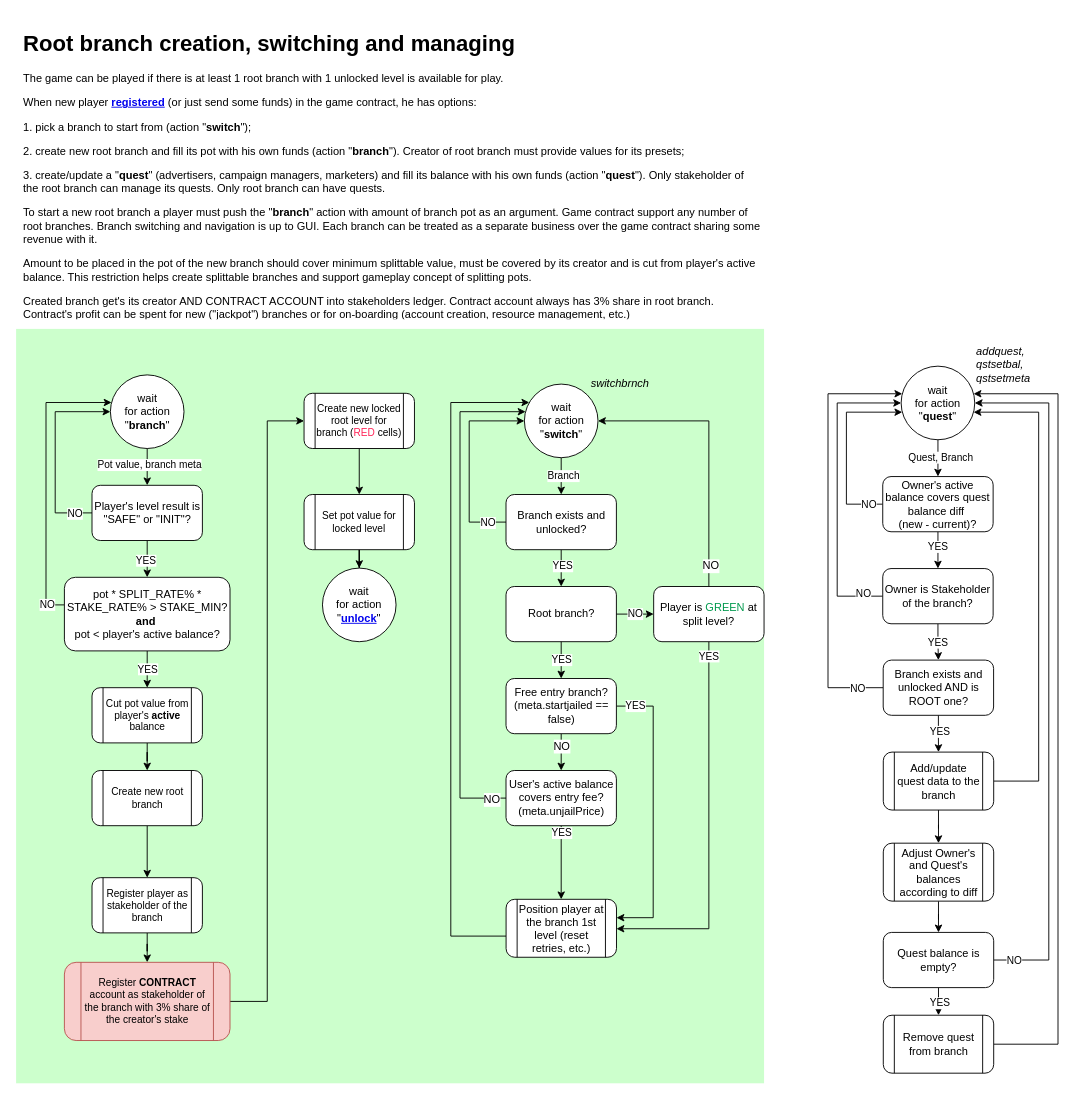
Before: page "branch" (4 of 15) of ia/WOFFLER IA.drawio in cptn-solo/woffler_contract, a draw.io diagram. Source tidied: cells renumbered, new cells numbered last; positions are measured from the earlier drawing's top-left corner, leaving out a move shared by most shapes. Both pictures are drawn from the tidied source at 92%, with x=0, y=0 at pixel (16, 25).
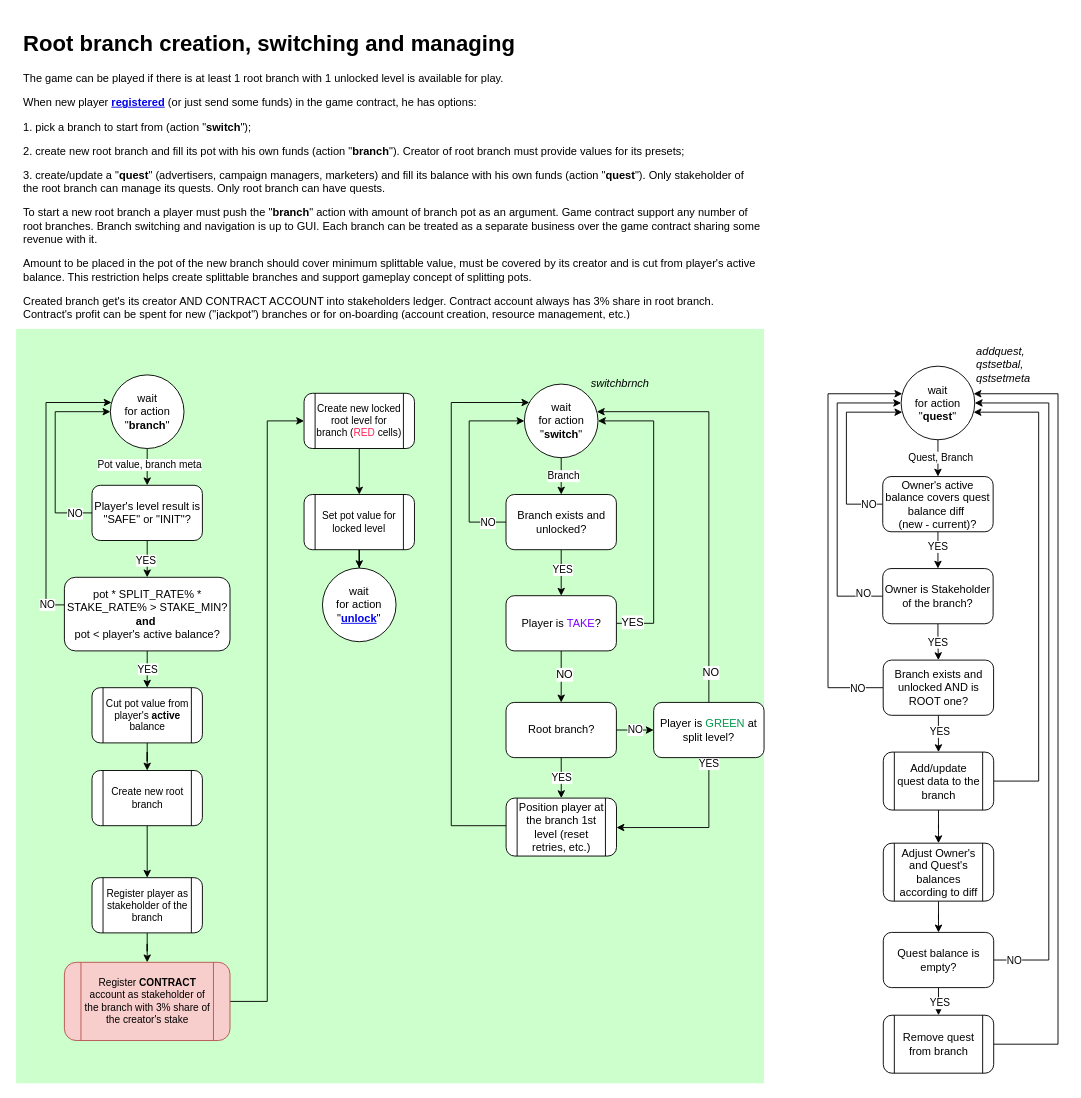
After the change.

Commit message (it also covers changes not shown here):
#58 Add level generation to show player's progress more intuitively: needs testing. Additionally appending winlvlid and winlvlgen[eration] to branch upon extending to simplify progress recognition

Unchanged cells that the change refers to:
```xml
<mxCell id="10" value="wait &lt;br&gt;for action&lt;br&gt;&quot;&lt;b&gt;switch&lt;/b&gt;&quot;" style="ellipse;whiteSpace=wrap;html=1;rounded=1;shadow=0;glass=0;align=center;" parent="3" vertex="1">
  <mxGeometry x="552.5" y="390" width="80" height="80" as="geometry" />
</mxCell>
<mxCell id="32" value="Branch exists and unlocked?" style="rounded=1;whiteSpace=wrap;html=1;shadow=0;glass=0;strokeColor=#000000;align=center;" parent="3" vertex="1">
  <mxGeometry x="532.5" y="510" width="120" height="60" as="geometry" />
</mxCell>
```

The edit, as a diff of the source:
```diff
@@
-    <mxCell id="30" style="edgeStyle=orthogonalEdgeStyle;rounded=0;jettySize=auto;html=1;" parent="3" edge="1" source="32" target="80">
+    <mxCell id="30" style="edgeStyle=orthogonalEdgeStyle;rounded=0;jettySize=auto;html=1;" parent="3" edge="1" source="32" target="97">
       <mxGeometry relative="1" as="geometry" />
     </mxCell>
@@
     <mxCell id="33" style="edgeStyle=orthogonalEdgeStyle;rounded=0;jettySize=auto;html=1;" parent="3" edge="1" source="34" target="10">
       <mxGeometry relative="1" as="geometry">
         <Array as="points">
-          <mxPoint x="472.5" y="990" />
-          <mxPoint x="472.5" y="410" />
+          <mxPoint x="473" y="870" />
+          <mxPoint x="473" y="410" />
         </Array>
       </mxGeometry>
     </mxCell>
     <mxCell id="34" value="&lt;div style=&quot;text-align: center&quot;&gt;&lt;span&gt;Position player at the branch 1st level (reset retries, etc.)&lt;/span&gt;&lt;/div&gt;" style="shape=process;rounded=1;whiteSpace=wrap;html=1;shadow=0;glass=0;strokeColor=#000000;align=center;" parent="3" vertex="1">
-      <mxGeometry x="532.6" y="950" width="120" height="63" as="geometry" />
+      <mxGeometry x="532.6" y="840" width="120" height="63" as="geometry" />
     </mxCell>
@@
-    <mxCell id="78" value="YES" style="edgeStyle=orthogonalEdgeStyle;rounded=0;jumpStyle=arc;jettySize=auto;html=1;" parent="3" edge="1" source="83" target="34">
-      <mxGeometry x="-0.87" relative="1" as="geometry">
-        <Array as="points">
-          <mxPoint x="692.5" y="740" />
-          <mxPoint x="692.5" y="970" />
-        </Array>
-      </mxGeometry>
-    </mxCell>
     <mxCell id="79" value="YES" style="edgeStyle=orthogonalEdgeStyle;rounded=0;jumpStyle=arc;jettySize=auto;html=1;" parent="3" edge="1" source="91" target="34">
       <mxGeometry x="-0.92" relative="1" as="geometry">
         <Array as="points">
-          <mxPoint x="753" y="982" />
+          <mxPoint x="753" y="872" />
         </Array>
       </mxGeometry>
     </mxCell>
     <mxCell id="80" value="Root branch?" style="rounded=1;whiteSpace=wrap;html=1;shadow=0;glass=0;strokeColor=#000000;align=center;" parent="3" vertex="1">
-      <mxGeometry x="532.5" y="610" width="120" height="60" as="geometry" />
+      <mxGeometry x="532.5" y="736" width="120" height="60" as="geometry" />
     </mxCell>
-    <mxCell id="81" style="edgeStyle=orthogonalEdgeStyle;rounded=0;jumpStyle=arc;jettySize=auto;html=1;" parent="3" edge="1" source="83" target="87">
-      <mxGeometry relative="1" as="geometry" />
-    </mxCell>
-    <mxCell id="82" value="NO" style="text;html=1;align=center;verticalAlign=middle;labelBackgroundColor=#ffffff;" parent="81" vertex="1">
-      <mxGeometry x="-0.33" relative="1" as="geometry" />
-    </mxCell>
-    <mxCell id="83" value="Free entry branch?&lt;br&gt;(meta.startjailed == false)&lt;br&gt;" style="rounded=1;whiteSpace=wrap;html=1;shadow=0;glass=0;strokeColor=#000000;align=center;" parent="3" vertex="1">
-      <mxGeometry x="532.5" y="710" width="120" height="60" as="geometry" />
-    </mxCell>
-    <mxCell id="84" value="YES" style="edgeStyle=orthogonalEdgeStyle;rounded=0;jumpStyle=arc;jettySize=auto;html=1;" parent="3" edge="1" source="87" target="34">
-      <mxGeometry x="-0.8" relative="1" as="geometry">
-        <Array as="points">
-          <mxPoint x="592.5" y="890" />
-          <mxPoint x="592.5" y="890" />
-        </Array>
-      </mxGeometry>
-    </mxCell>
-    <mxCell id="85" style="edgeStyle=orthogonalEdgeStyle;rounded=0;jumpStyle=arc;jettySize=auto;html=1;" parent="3" edge="1" source="87" target="10">
-      <mxGeometry relative="1" as="geometry">
-        <Array as="points">
-          <mxPoint x="482.5" y="840" />
-          <mxPoint x="482.5" y="420" />
-        </Array>
-      </mxGeometry>
-    </mxCell>
-    <mxCell id="86" value="NO" style="text;html=1;align=center;verticalAlign=middle;labelBackgroundColor=#ffffff;" parent="85" vertex="1">
-      <mxGeometry x="-0.94" y="1" relative="1" as="geometry" />
-    </mxCell>
-    <mxCell id="87" value="User's active balance covers entry fee?&lt;br&gt;(meta.&lt;span&gt;unjailPrice&lt;/span&gt;&lt;span&gt;)&lt;/span&gt;&lt;br&gt;" style="rounded=1;whiteSpace=wrap;html=1;shadow=0;glass=0;strokeColor=#000000;align=center;" parent="3" vertex="1">
-      <mxGeometry x="532.5" y="810" width="120" height="60" as="geometry" />
-    </mxCell>
-    <mxCell id="88" value="YES" style="edgeStyle=orthogonalEdgeStyle;rounded=0;jumpStyle=arc;jettySize=auto;html=1;" parent="3" edge="1" source="80" target="83">
+    <mxCell id="88" value="YES" style="edgeStyle=orthogonalEdgeStyle;rounded=0;jumpStyle=arc;jettySize=auto;html=1;" parent="3" edge="1" source="80" target="34">
       <mxGeometry relative="1" as="geometry" />
     </mxCell>
     <mxCell id="89" style="edgeStyle=orthogonalEdgeStyle;rounded=0;jumpStyle=arc;jettySize=auto;html=1;" parent="3" edge="1" source="91" target="10">
       <mxGeometry relative="1" as="geometry">
         <Array as="points">
-          <mxPoint x="753" y="430" />
+          <mxPoint x="753" y="420" />
         </Array>
       </mxGeometry>
     </mxCell>
@@
     <mxCell id="91" value="Player is &lt;font color=&quot;#00994d&quot;&gt;GREEN&lt;/font&gt; at split level?" style="rounded=1;whiteSpace=wrap;html=1;shadow=0;glass=0;strokeColor=#000000;align=center;" parent="3" vertex="1">
-      <mxGeometry x="693" y="610" width="120" height="60" as="geometry" />
+      <mxGeometry x="693" y="736" width="120" height="60" as="geometry" />
     </mxCell>
@@
+    <mxCell id="93" style="edgeStyle=orthogonalEdgeStyle;rounded=0;jettySize=auto;html=1;" parent="3" edge="1" source="97" target="10">
+      <mxGeometry relative="1" as="geometry">
+        <Array as="points">
+          <mxPoint x="693" y="650" />
+          <mxPoint x="693" y="430" />
+        </Array>
+      </mxGeometry>
+    </mxCell>
+    <mxCell id="94" value="YES" style="text;html=1;align=center;verticalAlign=middle;labelBackgroundColor=#ffffff;" parent="93" vertex="1">
+      <mxGeometry x="-0.9" y="2" relative="1" as="geometry">
+        <mxPoint x="1" as="offset" />
+      </mxGeometry>
+    </mxCell>
+    <mxCell id="95" style="edgeStyle=orthogonalEdgeStyle;rounded=0;jettySize=auto;html=1;" parent="3" edge="1" source="97" target="80">
+      <mxGeometry relative="1" as="geometry" />
+    </mxCell>
+    <mxCell id="96" value="NO" style="text;html=1;align=center;verticalAlign=middle;labelBackgroundColor=#ffffff;" parent="95" vertex="1">
+      <mxGeometry x="-0.11" y="3" relative="1" as="geometry" />
+    </mxCell>
+    <mxCell id="97" value="Player is &lt;font color=&quot;#7f00ff&quot;&gt;TAKE&lt;/font&gt;?" style="rounded=1;whiteSpace=wrap;html=1;shadow=0;glass=0;strokeColor=#000000;align=center;" parent="3" vertex="1">
+      <mxGeometry x="532.5" y="620" width="120" height="60" as="geometry" />
+    </mxCell>
```
